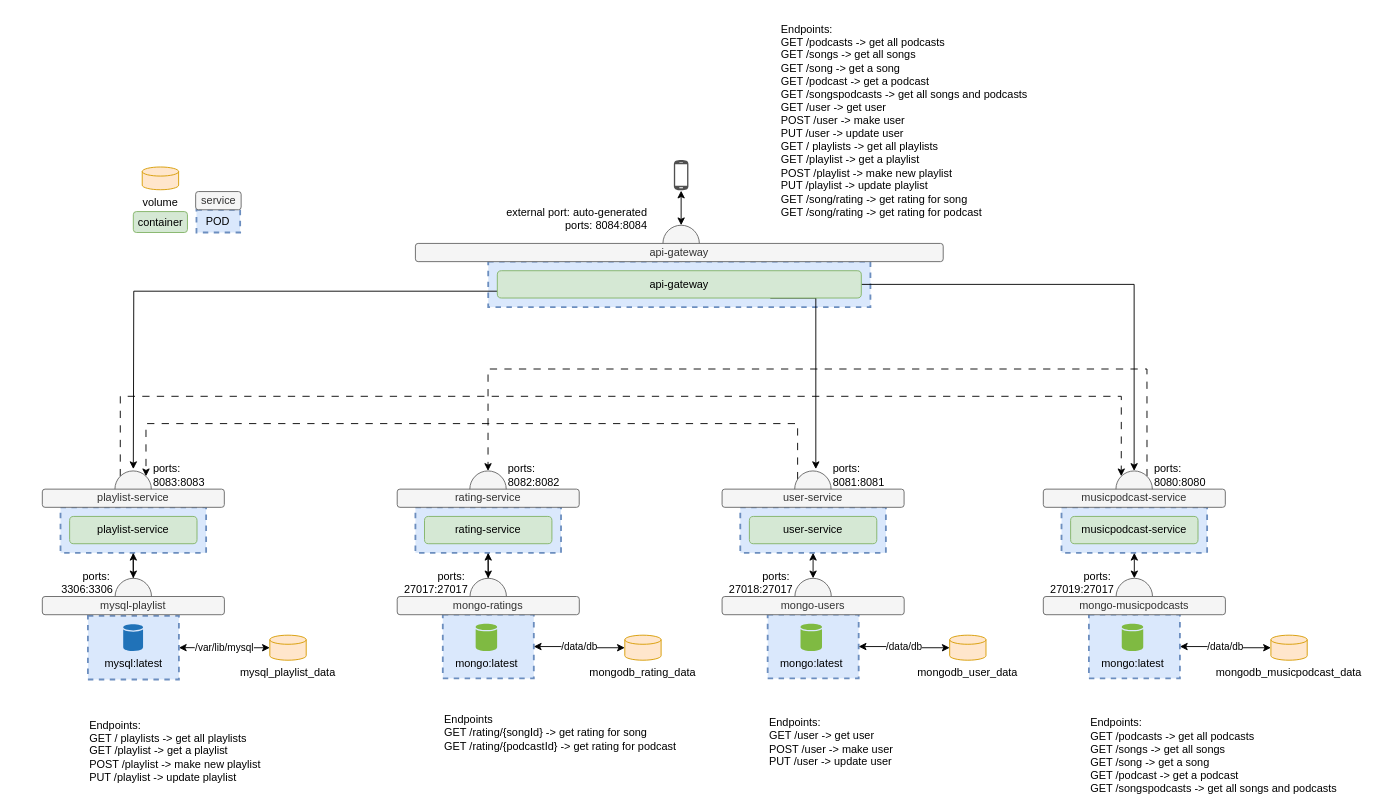
Before: muziekservice.drawio in EvaBurghoorn/ProjectEDE_muziekservice, a draw.io diagram. Source tidied: cells renumbered, new cells numbered last; positions are measured from the earlier drawing's top-left corner, leaving out a move shared by most shapes. Both pictures are drawn from the tidied source at 91%, with x=0, y=0 at pixel (15, 15).
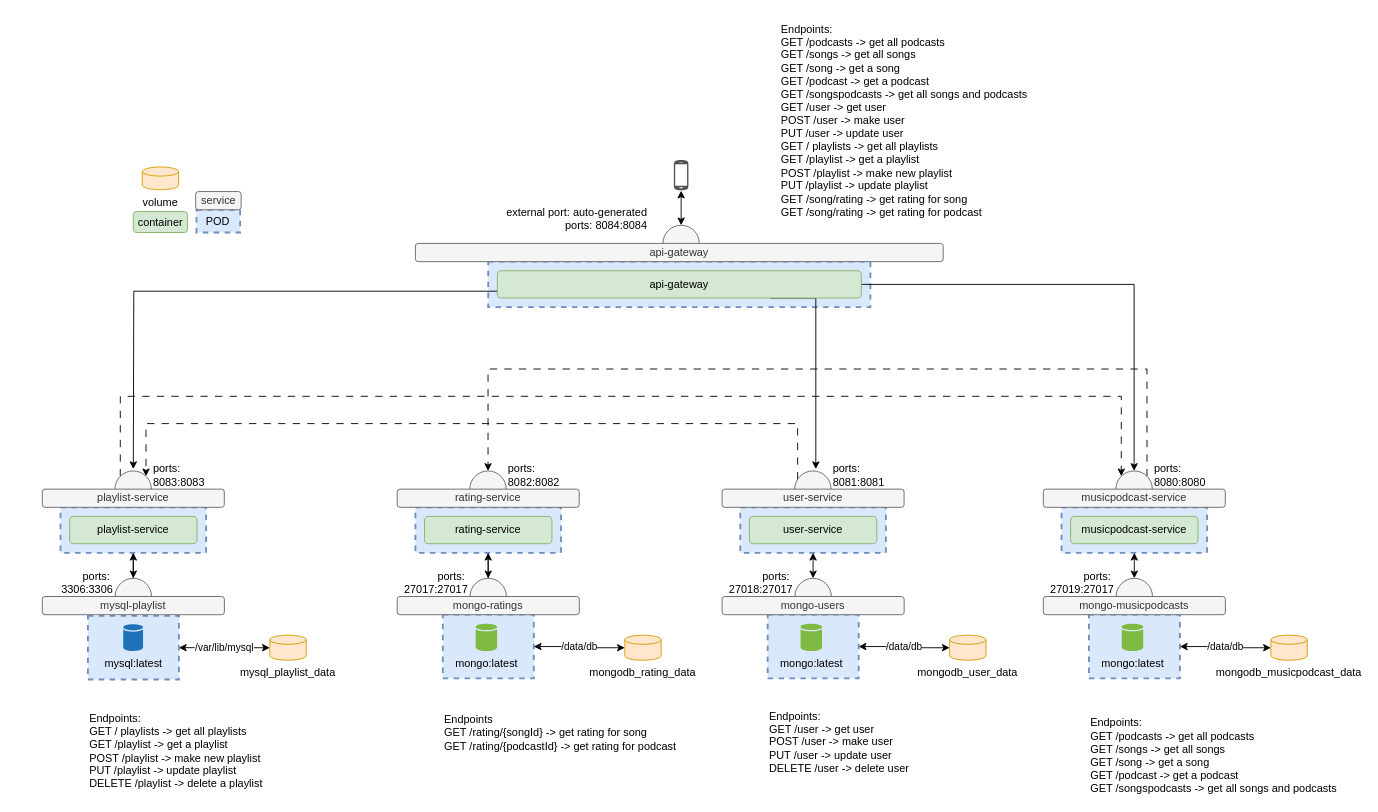
Above is the later version.

Diff of the diagram source:
```diff
@@
-    <mxCell id="75" value="Endpoints:&lt;br&gt;GET /user -&amp;gt; get user&lt;br&gt;POST /user -&amp;gt; make user&lt;br&gt;PUT /user -&amp;gt; update user" style="text;html=1;strokeColor=none;fillColor=none;align=left;verticalAlign=middle;whiteSpace=wrap;rounded=0;" parent="1" vertex="1">
+    <mxCell id="75" value="Endpoints:&lt;br&gt;GET /user -&amp;gt; get user&lt;br&gt;POST /user -&amp;gt; make user&lt;br&gt;PUT /user -&amp;gt; update user&lt;br&gt;DELETE /user -&amp;gt; delete user" style="text;html=1;strokeColor=none;fillColor=none;align=left;verticalAlign=middle;whiteSpace=wrap;rounded=0;" parent="1" vertex="1">
       <mxGeometry x="826.1" y="768" width="290" height="60" as="geometry" />
     </mxCell>
@@
-    <mxCell id="77" value="Endpoints:&lt;br&gt;GET / playlists -&amp;gt; get all playlists&lt;br&gt;GET /playlist -&amp;gt; get a playlist&lt;br&gt;POST /playlist -&amp;gt; make new playlist&lt;br&gt;PUT /playlist -&amp;gt; update playlist" style="text;html=1;strokeColor=none;fillColor=none;align=left;verticalAlign=middle;whiteSpace=wrap;rounded=0;" parent="1" vertex="1">
+    <mxCell id="77" value="Endpoints:&lt;br&gt;GET / playlists -&amp;gt; get all playlists&lt;br&gt;GET /playlist -&amp;gt; get a playlist&lt;br&gt;POST /playlist -&amp;gt; make new playlist&lt;br&gt;PUT /playlist -&amp;gt; update playlist&lt;br&gt;DELETE /playlist -&amp;gt; delete a playlist" style="text;html=1;strokeColor=none;fillColor=none;align=left;verticalAlign=middle;whiteSpace=wrap;rounded=0;" parent="1" vertex="1">
       <mxGeometry x="79.1" y="768" width="290" height="80" as="geometry" />
     </mxCell>
```
